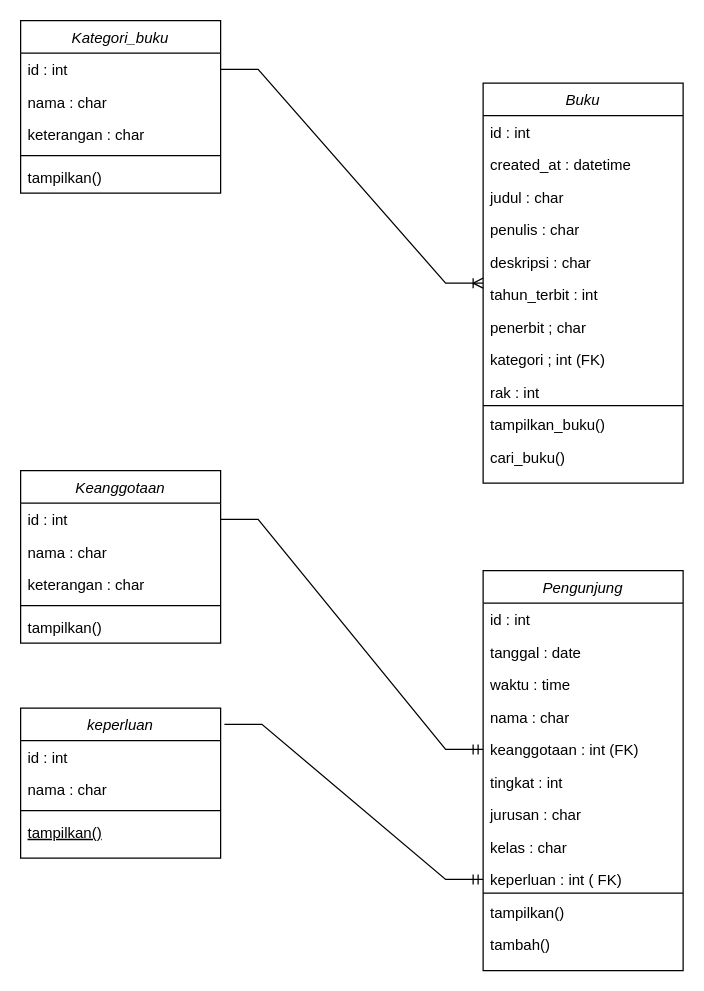
Earlier version of the draw.io diagram Class Diagram Perpus Digital.drawio (RadiMT33/Perpus-Digital-Radi). Source tidied: cells renumbered, new cells numbered last; positions are measured from the earlier drawing's top-left corner, leaving out a move shared by most shapes. Both pictures are drawn from the tidied source at 125%, with x=0, y=0 at pixel (20, 20).
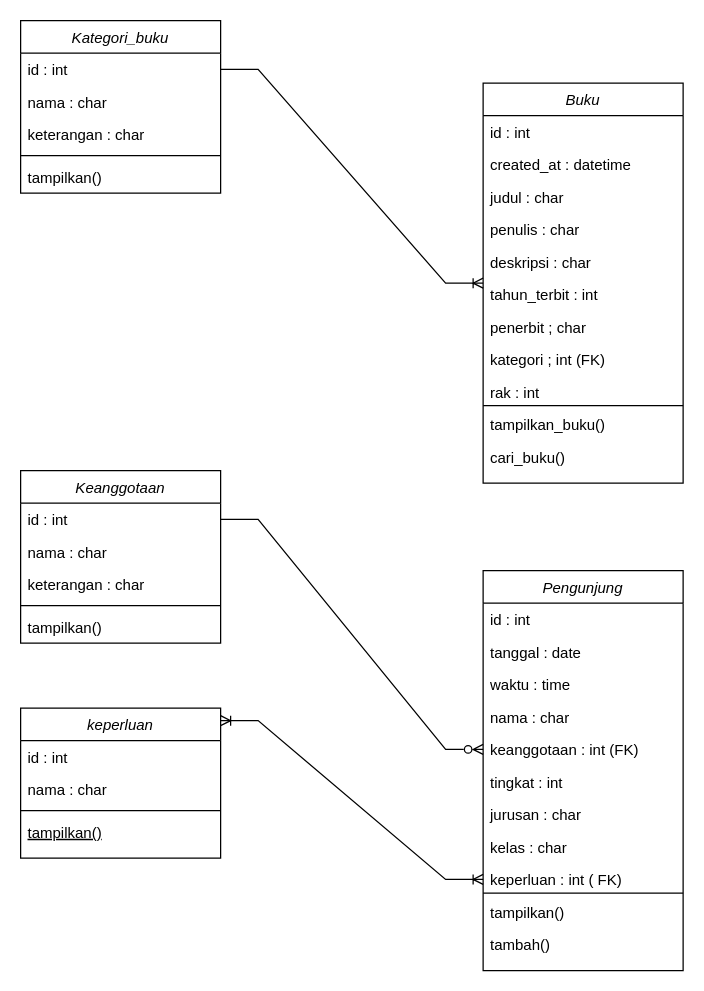
The same diagram, later.

Unchanged cells that the change refers to:
```xml
<mxCell id="8" value="keperluan" style="swimlane;fontStyle=2;align=center;verticalAlign=top;horizontal=1;startSize=26;rounded=0;shadow=0;strokeWidth=1;" parent="1" vertex="1">
  <mxGeometry y="550" width="160" height="120" as="geometry" />
</mxCell>
<mxCell id="33" value="keanggotaan : int (FK)" style="text;align=left;verticalAlign=top;spacingLeft=4;spacingRight=4;overflow=hidden;points=[[0,0.5],[1,0.5]];portConstraint=eastwest;rounded=0;shadow=0;html=0;" parent="28" vertex="1">
  <mxGeometry y="130" width="160" height="26" as="geometry" />
</mxCell>
<mxCell id="37" value="keperluan : int ( FK)" style="text;align=left;verticalAlign=top;spacingLeft=4;spacingRight=4;overflow=hidden;points=[[0,0.5],[1,0.5]];portConstraint=eastwest;rounded=0;shadow=0;html=0;" parent="28" vertex="1">
  <mxGeometry y="234" width="160" height="26" as="geometry" />
</mxCell>
<mxCell id="42" value="id : int" style="text;align=left;verticalAlign=top;spacingLeft=4;spacingRight=4;overflow=hidden;points=[[0,0.5],[1,0.5]];portConstraint=eastwest;" parent="41" vertex="1">
  <mxGeometry y="26" width="160" height="26" as="geometry" />
</mxCell>
```

Diff of the diagram source:
```diff
@@
-    <mxCell id="48" style="edgeStyle=entityRelationEdgeStyle;fontSize=12;html=1;endArrow=ERmandOne;rounded=0;entryX=0;entryY=0.5;entryDx=0;entryDy=0;" parent="1" edge="1" source="42" target="33">
+    <mxCell id="48" style="edgeStyle=entityRelationEdgeStyle;fontSize=12;html=1;endArrow=ERzeroToMany;rounded=0;entryX=0;entryY=0.5;entryDx=0;entryDy=0;endFill=0;" parent="1" edge="1" source="42" target="33">
       <mxGeometry relative="1" as="geometry" />
     </mxCell>
-    <mxCell id="49" style="edgeStyle=entityRelationEdgeStyle;fontSize=12;html=1;endArrow=ERmandOne;rounded=0;exitX=1.019;exitY=0.108;exitDx=0;exitDy=0;exitPerimeter=0;entryX=0;entryY=0.5;entryDx=0;entryDy=0;" parent="1" edge="1" source="8" target="37">
-      <mxGeometry relative="1" as="geometry" />
+    <mxCell id="49" style="edgeStyle=entityRelationEdgeStyle;fontSize=12;html=1;endArrow=ERoneToMany;rounded=0;entryX=0;entryY=0.5;entryDx=0;entryDy=0;endFill=0;startArrow=ERoneToMany;startFill=0;" parent="1" edge="1" target="37">
+      <mxGeometry relative="1" as="geometry">
+        <mxPoint x="160" y="560" as="sourcePoint" />
+        <Array as="points">
+          <mxPoint x="200" y="640" />
+          <mxPoint x="160" y="570" />
+          <mxPoint x="210" y="640" />
+          <mxPoint x="220" y="600" />
+          <mxPoint x="180" y="580" />
+          <mxPoint x="150" y="570" />
+          <mxPoint x="170" y="500" />
+          <mxPoint x="200" y="520" />
+          <mxPoint x="210" y="630" />
+          <mxPoint x="270" y="680" />
+          <mxPoint x="230" y="640" />
+          <mxPoint x="210" y="520" />
+          <mxPoint x="190" y="560" />
+        </Array>
+      </mxGeometry>
     </mxCell>
```
